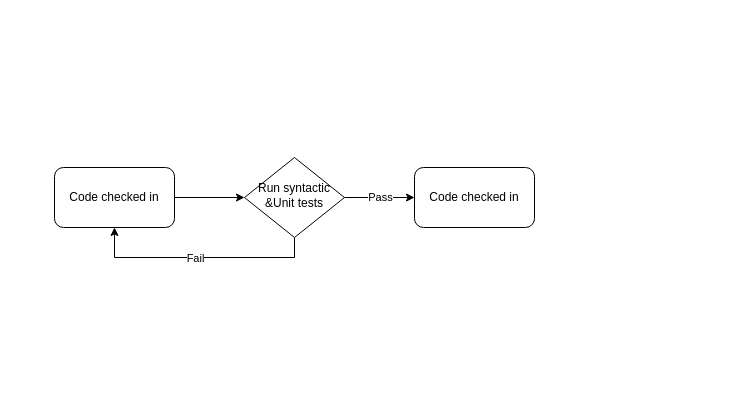
This is Untitled Diagram.drawio from mkashwin/playground, a draw.io file, before an edit. Source tidied: cells renumbered, new cells numbered last; positions are measured from the earlier drawing's top-left corner, leaving out a move shared by most shapes. Both pictures are drawn from the tidied source at 100%, with x=0, y=0 at pixel (54, 157).
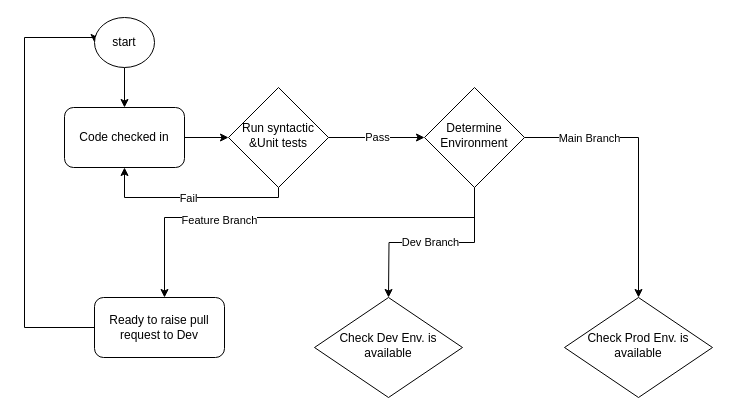
The same page after the edit.

What changed in the source:
```diff
@@
     <mxCell id="3" value="Code checked in" style="rounded=1;whiteSpace=wrap;html=1;" parent="1" vertex="1">
-      <mxGeometry y="10" width="120" height="60" as="geometry" />
+      <mxGeometry x="10" y="-50" width="120" height="60" as="geometry" />
     </mxCell>
-    <mxCell id="4" style="edgeStyle=orthogonalEdgeStyle;rounded=0;jettySize=auto;html=1;entryX=0.5;entryY=1;entryDx=0;entryDy=0;" parent="1" edge="1" source="8" target="3">
+    <mxCell id="4" style="edgeStyle=orthogonalEdgeStyle;rounded=0;jettySize=auto;html=1;entryX=0.5;entryY=1;entryDx=0;entryDy=0;exitX=0.5;exitY=1;exitDx=0;exitDy=0;" parent="1" edge="1" source="8" target="3">
       <mxGeometry relative="1" as="geometry">
         <Array as="points">
-          <mxPoint x="240" y="100" />
-          <mxPoint x="60" y="100" />
+          <mxPoint x="224" y="40" />
+          <mxPoint x="70" y="40" />
         </Array>
       </mxGeometry>
     </mxCell>
@@
-    <mxCell id="6" style="edgeStyle=orthogonalEdgeStyle;rounded=0;jettySize=auto;html=1;exitX=1;exitY=0.5;exitDx=0;exitDy=0;" parent="1" edge="1" source="8" target="9">
+    <mxCell id="6" style="edgeStyle=orthogonalEdgeStyle;rounded=0;jettySize=auto;html=1;exitX=1;exitY=0.5;exitDx=0;exitDy=0;entryX=0;entryY=0.5;entryDx=0;entryDy=0;" parent="1" edge="1" source="8" target="16">
       <mxGeometry relative="1" as="geometry" />
     </mxCell>
@@
     <mxCell id="8" value="Run syntactic &amp;amp;Unit tests" style="rhombus;whiteSpace=wrap;html=1;shadow=0;fontFamily=Helvetica;fontSize=12;align=center;strokeWidth=1;spacing=6;spacingTop=-4;" parent="1" vertex="1">
-      <mxGeometry x="190" width="100" height="80" as="geometry" />
+      <mxGeometry x="174" y="-70" width="100" height="100" as="geometry" />
     </mxCell>
-    <mxCell id="9" value="Code checked in" style="rounded=1;whiteSpace=wrap;html=1;" parent="1" vertex="1">
-      <mxGeometry x="360" y="10" width="120" height="60" as="geometry" />
-    </mxCell>
+    <mxCell id="10" style="edgeStyle=orthogonalEdgeStyle;rounded=0;jettySize=auto;html=1;exitX=0.5;exitY=1;exitDx=0;exitDy=0;" parent="1" edge="1" source="16" target="18">
+      <mxGeometry relative="1" as="geometry">
+        <Array as="points">
+          <mxPoint x="420" y="60" />
+          <mxPoint x="110" y="60" />
+        </Array>
+      </mxGeometry>
+    </mxCell>
+    <mxCell id="11" value="Feature Branch" style="edgeLabel;html=1;align=center;verticalAlign=middle;" parent="10" vertex="1">
+      <mxGeometry x="0.36" y="2" relative="1" as="geometry" />
+    </mxCell>
+    <mxCell id="12" style="edgeStyle=orthogonalEdgeStyle;rounded=0;jettySize=auto;html=1;exitX=0.5;exitY=1;exitDx=0;exitDy=0;" parent="1" edge="1" source="16">
+      <mxGeometry relative="1" as="geometry">
+        <mxPoint x="334" y="140" as="targetPoint" />
+      </mxGeometry>
+    </mxCell>
+    <mxCell id="13" value="Dev Branch" style="edgeLabel;html=1;align=center;verticalAlign=middle;" parent="12" vertex="1">
+      <mxGeometry x="0.02" y="-1" relative="1" as="geometry" />
+    </mxCell>
+    <mxCell id="14" style="edgeStyle=orthogonalEdgeStyle;rounded=0;jettySize=auto;html=1;entryX=0.5;entryY=0;entryDx=0;entryDy=0;" parent="1" edge="1" source="16" target="22">
+      <mxGeometry relative="1" as="geometry" />
+    </mxCell>
+    <mxCell id="15" value="Main Branch" style="edgeLabel;html=1;align=center;verticalAlign=middle;" parent="14" vertex="1">
+      <mxGeometry x="-0.53" relative="1" as="geometry" />
+    </mxCell>
+    <mxCell id="16" value="Determine Environment" style="rhombus;whiteSpace=wrap;html=1;shadow=0;fontFamily=Helvetica;fontSize=12;align=center;strokeWidth=1;spacing=6;spacingTop=-4;" parent="1" vertex="1">
+      <mxGeometry x="370" y="-70" width="100" height="100" as="geometry" />
+    </mxCell>
+    <mxCell id="17" style="edgeStyle=orthogonalEdgeStyle;rounded=0;jettySize=auto;html=1;entryX=0;entryY=0.5;entryDx=0;entryDy=0;exitX=0;exitY=0.5;exitDx=0;exitDy=0;" parent="1" edge="1" source="18" target="21">
+      <mxGeometry relative="1" as="geometry">
+        <Array as="points">
+          <mxPoint x="-30" y="170" />
+          <mxPoint x="-30" y="-120" />
+          <mxPoint x="40" y="-120" />
+        </Array>
+      </mxGeometry>
+    </mxCell>
+    <mxCell id="18" value="Ready to raise pull request to Dev" style="rounded=1;whiteSpace=wrap;html=1;" parent="1" vertex="1">
+      <mxGeometry x="40" y="140" width="130" height="60" as="geometry" />
+    </mxCell>
+    <mxCell id="19" value="Check Dev Env. is available" style="rhombus;whiteSpace=wrap;html=1;shadow=0;fontFamily=Helvetica;fontSize=12;align=center;strokeWidth=1;spacing=6;spacingTop=-4;" parent="1" vertex="1">
+      <mxGeometry x="260" y="140" width="148" height="100" as="geometry" />
+    </mxCell>
+    <mxCell id="20" style="edgeStyle=orthogonalEdgeStyle;rounded=0;jettySize=auto;html=1;entryX=0.5;entryY=0;entryDx=0;entryDy=0;" parent="1" edge="1" source="21" target="3">
+      <mxGeometry relative="1" as="geometry" />
+    </mxCell>
+    <mxCell id="21" value="start" style="ellipse;whiteSpace=wrap;html=1;" parent="1" vertex="1">
+      <mxGeometry x="40" y="-140" width="60" height="50" as="geometry" />
+    </mxCell>
+    <mxCell id="22" value="Check Prod Env. is available" style="rhombus;whiteSpace=wrap;html=1;shadow=0;fontFamily=Helvetica;fontSize=12;align=center;strokeWidth=1;spacing=6;spacingTop=-4;" parent="1" vertex="1">
+      <mxGeometry x="510" y="140" width="148" height="100" as="geometry" />
+    </mxCell>
```
